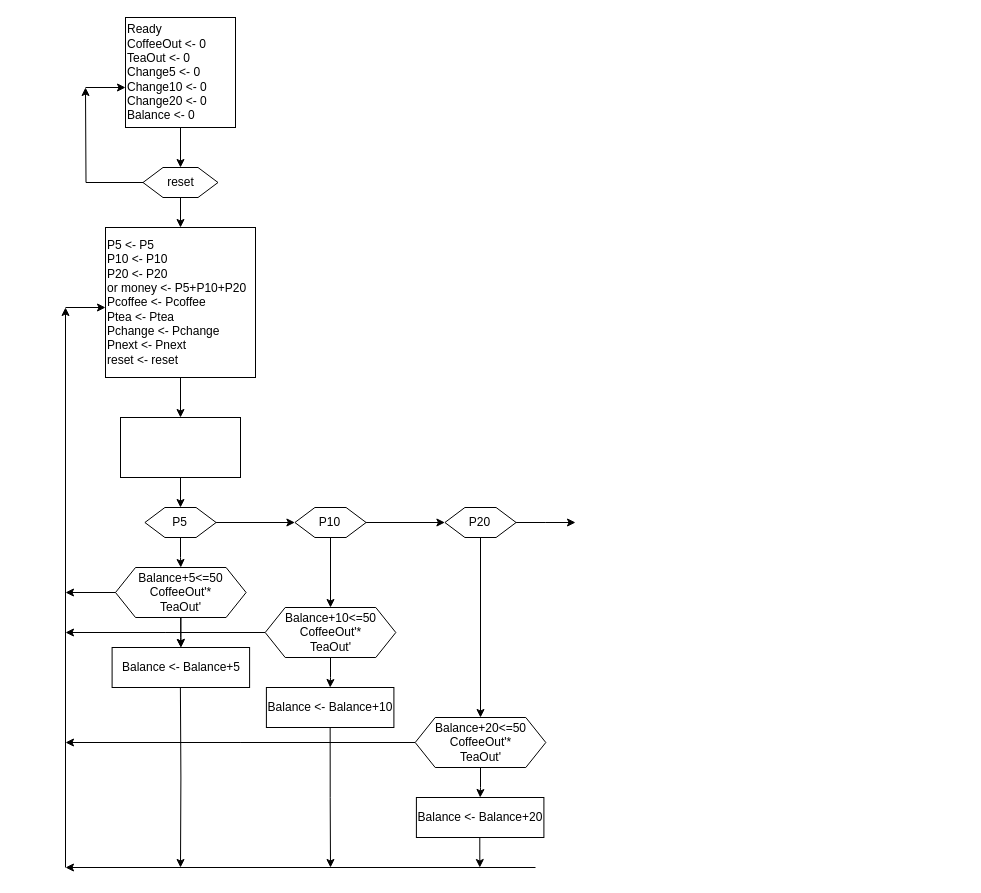
This is vending_machine.drawio from bookpanda/2110263-DIG-LOGIC-LAB-I, a draw.io file, before an edit. Source tidied: cells renumbered, new cells numbered last; positions are measured from the earlier drawing's top-left corner, leaving out a move shared by most shapes. Both pictures are drawn from the tidied source at 100%, with x=0, y=0 at pixel (65, 17).
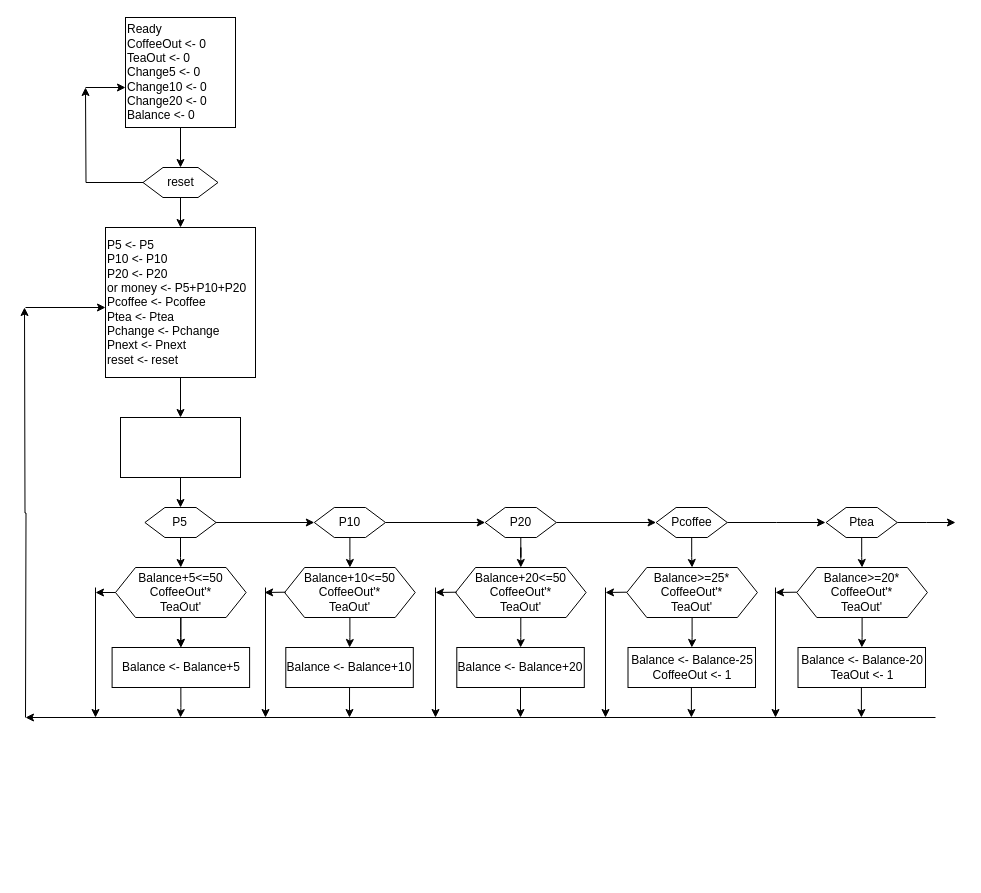
After the change.

Unchanged cells that the change refers to:
```xml
<mxCell id="17" value="Balance+5&amp;lt;=50&lt;br&gt;CoffeeOut'*&lt;br&gt;TeaOut'" style="shape=hexagon;perimeter=hexagonPerimeter2;whiteSpace=wrap;html=1;fixedSize=1;" parent="1" vertex="1">
  <mxGeometry x="50" y="550" width="130.6" height="50" as="geometry" />
</mxCell>
<mxCell id="18" value="Balance &amp;lt;- Balance+5" style="whiteSpace=wrap;html=1;" parent="1" vertex="1">
  <mxGeometry x="46.6" y="630" width="137.5" height="40" as="geometry" />
</mxCell>
```

Diff of the diagram source:
```diff
@@
     <mxCell id="19" style="endArrow=classic;html=1;rounded=0;" parent="1" edge="1">
       <mxGeometry relative="1" as="geometry">
-        <mxPoint y="290" as="sourcePoint" />
+        <mxPoint x="-40" y="290" as="sourcePoint" />
         <mxPoint x="40" y="290" as="targetPoint" />
       </mxGeometry>
     </mxCell>
     <mxCell id="20" style="endArrow=classic;html=1;rounded=0;exitX=0;exitY=0.5;exitDx=0;exitDy=0;" parent="1" edge="1" source="17">
       <mxGeometry relative="1" as="geometry">
-        <mxPoint y="575" as="targetPoint" />
+        <mxPoint x="30" y="575" as="targetPoint" />
       </mxGeometry>
     </mxCell>
@@
     <mxCell id="23" value="P10" style="shape=hexagon;perimeter=hexagonPerimeter2;whiteSpace=wrap;html=1;fixedSize=1;" parent="1" vertex="1">
-      <mxGeometry x="229.4" y="490" width="71.2" height="30" as="geometry" />
+      <mxGeometry x="248.8" y="490" width="71.2" height="30" as="geometry" />
     </mxCell>
@@
-    <mxCell id="25" style="edgeStyle=orthogonalEdgeStyle;rounded=0;jettySize=auto;html=1;" parent="1" edge="1" source="26">
-      <mxGeometry relative="1" as="geometry">
-        <mxPoint y="615" as="targetPoint" />
-      </mxGeometry>
-    </mxCell>
     <mxCell id="26" value="Balance+10&amp;lt;=50&lt;br&gt;CoffeeOut'*&lt;br&gt;TeaOut'" style="shape=hexagon;perimeter=hexagonPerimeter2;whiteSpace=wrap;html=1;fixedSize=1;" parent="1" vertex="1">
-      <mxGeometry x="199.7" y="590" width="130.6" height="50" as="geometry" />
+      <mxGeometry x="219.1" y="550" width="130.6" height="50" as="geometry" />
     </mxCell>
     <mxCell id="27" value="Balance &amp;lt;- Balance+10" style="whiteSpace=wrap;html=1;" parent="1" vertex="1">
-      <mxGeometry x="200.9" y="670" width="127.5" height="40" as="geometry" />
+      <mxGeometry x="220.3" y="630" width="127.5" height="40" as="geometry" />
     </mxCell>
     <mxCell id="28" style="endArrow=classic;html=1;rounded=0;" parent="1" edge="1">
       <mxGeometry relative="1" as="geometry">
-        <mxPoint x="470" y="850" as="sourcePoint" />
-        <mxPoint y="850" as="targetPoint" />
+        <mxPoint x="870" y="700" as="sourcePoint" />
+        <mxPoint x="-40" y="700" as="targetPoint" />
       </mxGeometry>
     </mxCell>
     <mxCell id="29" style="edgeStyle=orthogonalEdgeStyle;rounded=0;jettySize=auto;html=1;exitX=0.5;exitY=1;exitDx=0;exitDy=0;" parent="1" edge="1" source="27">
       <mxGeometry relative="1" as="geometry">
-        <mxPoint x="265" y="850" as="targetPoint" />
+        <mxPoint x="284" y="700" as="targetPoint" />
       </mxGeometry>
     </mxCell>
     <mxCell id="30" style="edgeStyle=orthogonalEdgeStyle;rounded=0;orthogonalLoop=1;jettySize=auto;html=1;" parent="1" edge="1">
       <mxGeometry relative="1" as="geometry">
-        <mxPoint y="850" as="sourcePoint" />
-        <mxPoint y="290" as="targetPoint" />
+        <mxPoint x="-40" y="700" as="sourcePoint" />
+        <mxPoint x="-41" y="290" as="targetPoint" />
       </mxGeometry>
     </mxCell>
-    <mxCell id="31" style="edgeStyle=orthogonalEdgeStyle;rounded=0;orthogonalLoop=1;jettySize=auto;html=1;" parent="1" edge="1">
+    <mxCell id="31" style="edgeStyle=orthogonalEdgeStyle;rounded=0;jettySize=auto;html=1;exitX=0.5;exitY=1;exitDx=0;exitDy=0;" parent="1" edge="1" source="18">
       <mxGeometry relative="1" as="geometry">
-        <mxPoint x="114.9" y="670" as="sourcePoint" />
-        <mxPoint x="115" y="850" as="targetPoint" />
+        <mxPoint x="115" y="700" as="targetPoint" />
+        <Array as="points">
+          <mxPoint x="115" y="690" />
+          <mxPoint x="115" y="690" />
+        </Array>
       </mxGeometry>
     </mxCell>
-    <mxCell id="32" style="edgeStyle=orthogonalEdgeStyle;rounded=0;jettySize=auto;html=1;" parent="1" edge="1" source="34">
-      <mxGeometry relative="1" as="geometry">
-        <mxPoint x="510" y="505" as="targetPoint" />
-      </mxGeometry>
+    <mxCell id="32" style="edgeStyle=orthogonalEdgeStyle;rounded=0;jettySize=auto;html=1;entryX=0;entryY=0.5;entryDx=0;entryDy=0;" parent="1" edge="1" source="34" target="42">
+      <mxGeometry relative="1" as="geometry" />
     </mxCell>
@@
     <mxCell id="34" value="P20" style="shape=hexagon;perimeter=hexagonPerimeter2;whiteSpace=wrap;html=1;fixedSize=1;" parent="1" vertex="1">
-      <mxGeometry x="379.4" y="490" width="71.2" height="30" as="geometry" />
+      <mxGeometry x="419.7" y="490" width="71.2" height="30" as="geometry" />
     </mxCell>
@@
-    <mxCell id="36" style="edgeStyle=orthogonalEdgeStyle;rounded=0;jettySize=auto;html=1;" parent="1" edge="1" source="37">
-      <mxGeometry relative="1" as="geometry">
-        <mxPoint y="725" as="targetPoint" />
-      </mxGeometry>
-    </mxCell>
     <mxCell id="37" value="Balance+20&amp;lt;=50&lt;br&gt;CoffeeOut'*&lt;br&gt;TeaOut'" style="shape=hexagon;perimeter=hexagonPerimeter2;whiteSpace=wrap;html=1;fixedSize=1;" parent="1" vertex="1">
-      <mxGeometry x="349.7" y="700" width="130.6" height="50" as="geometry" />
+      <mxGeometry x="390" y="550" width="130.6" height="50" as="geometry" />
     </mxCell>
     <mxCell id="38" value="Balance &amp;lt;- Balance+20" style="whiteSpace=wrap;html=1;" parent="1" vertex="1">
-      <mxGeometry x="350.9" y="780" width="127.5" height="40" as="geometry" />
+      <mxGeometry x="391.3" y="630" width="127.5" height="40" as="geometry" />
     </mxCell>
-    <mxCell id="39" style="edgeStyle=orthogonalEdgeStyle;rounded=0;orthogonalLoop=1;jettySize=auto;html=1;" parent="1" edge="1">
-      <mxGeometry relative="1" as="geometry">
-        <mxPoint x="414.3" y="820" as="sourcePoint" />
-        <mxPoint x="414.3" y="850" as="targetPoint" />
-      </mxGeometry>
-    </mxCell>
+    <mxCell id="40" style="edgeStyle=orthogonalEdgeStyle;rounded=0;jettySize=auto;html=1;" parent="1" edge="1" source="42">
+      <mxGeometry relative="1" as="geometry">
+        <mxPoint x="760" y="505" as="targetPoint" />
+      </mxGeometry>
+    </mxCell>
+    <mxCell id="41" style="edgeStyle=orthogonalEdgeStyle;rounded=0;jettySize=auto;html=1;" parent="1" edge="1" source="42" target="44">
+      <mxGeometry relative="1" as="geometry" />
+    </mxCell>
+    <mxCell id="42" value="Pcoffee" style="shape=hexagon;perimeter=hexagonPerimeter2;whiteSpace=wrap;html=1;fixedSize=1;" parent="1" vertex="1">
+      <mxGeometry x="590.6" y="490" width="71.2" height="30" as="geometry" />
+    </mxCell>
+    <mxCell id="43" style="edgeStyle=orthogonalEdgeStyle;rounded=0;jettySize=auto;html=1;" parent="1" edge="1" source="44" target="45">
+      <mxGeometry relative="1" as="geometry" />
+    </mxCell>
+    <mxCell id="44" value="Balance&amp;gt;=25*&lt;br&gt;CoffeeOut'*&lt;br&gt;TeaOut'" style="shape=hexagon;perimeter=hexagonPerimeter2;whiteSpace=wrap;html=1;fixedSize=1;" parent="1" vertex="1">
+      <mxGeometry x="561.3" y="550" width="130.6" height="50" as="geometry" />
+    </mxCell>
+    <mxCell id="45" value="Balance &amp;lt;- Balance-25&lt;br&gt;CoffeeOut &amp;lt;- 1" style="whiteSpace=wrap;html=1;" parent="1" vertex="1">
+      <mxGeometry x="562.5" y="630" width="127.5" height="40" as="geometry" />
+    </mxCell>
+    <mxCell id="46" style="edgeStyle=orthogonalEdgeStyle;rounded=0;orthogonalLoop=1;jettySize=auto;html=1;" parent="1" edge="1">
+      <mxGeometry relative="1" as="geometry">
+        <mxPoint x="625.9" y="670" as="sourcePoint" />
+        <mxPoint x="625.9" y="700" as="targetPoint" />
+      </mxGeometry>
+    </mxCell>
+    <mxCell id="47" style="edgeStyle=orthogonalEdgeStyle;rounded=0;orthogonalLoop=1;jettySize=auto;html=1;" parent="1" edge="1">
+      <mxGeometry relative="1" as="geometry">
+        <mxPoint x="30" y="570" as="sourcePoint" />
+        <mxPoint x="30" y="700" as="targetPoint" />
+      </mxGeometry>
+    </mxCell>
+    <mxCell id="48" style="endArrow=classic;html=1;rounded=0;exitX=0;exitY=0.5;exitDx=0;exitDy=0;" parent="1" edge="1">
+      <mxGeometry relative="1" as="geometry">
+        <mxPoint x="220.3" y="574.7" as="sourcePoint" />
+        <mxPoint x="199.1" y="575" as="targetPoint" />
+      </mxGeometry>
+    </mxCell>
+    <mxCell id="49" style="edgeStyle=orthogonalEdgeStyle;rounded=0;orthogonalLoop=1;jettySize=auto;html=1;" parent="1" edge="1">
+      <mxGeometry relative="1" as="geometry">
+        <mxPoint x="200" y="570" as="sourcePoint" />
+        <mxPoint x="200" y="700" as="targetPoint" />
+      </mxGeometry>
+    </mxCell>
+    <mxCell id="50" style="endArrow=classic;html=1;rounded=0;exitX=0;exitY=0.5;exitDx=0;exitDy=0;" parent="1" edge="1">
+      <mxGeometry relative="1" as="geometry">
+        <mxPoint x="391.3" y="574.7" as="sourcePoint" />
+        <mxPoint x="370" y="575" as="targetPoint" />
+      </mxGeometry>
+    </mxCell>
+    <mxCell id="51" style="edgeStyle=orthogonalEdgeStyle;rounded=0;orthogonalLoop=1;jettySize=auto;html=1;" parent="1" edge="1">
+      <mxGeometry relative="1" as="geometry">
+        <mxPoint x="370" y="570" as="sourcePoint" />
+        <mxPoint x="370" y="700" as="targetPoint" />
+      </mxGeometry>
+    </mxCell>
+    <mxCell id="52" style="edgeStyle=orthogonalEdgeStyle;rounded=0;orthogonalLoop=1;jettySize=auto;html=1;exitX=0.5;exitY=1;exitDx=0;exitDy=0;" parent="1" edge="1">
+      <mxGeometry relative="1" as="geometry">
+        <mxPoint x="455" y="670" as="sourcePoint" />
+        <mxPoint x="455" y="700" as="targetPoint" />
+      </mxGeometry>
+    </mxCell>
+    <mxCell id="53" style="endArrow=classic;html=1;rounded=0;exitX=0;exitY=0.5;exitDx=0;exitDy=0;" parent="1" edge="1">
+      <mxGeometry relative="1" as="geometry">
+        <mxPoint x="561.3" y="574.7" as="sourcePoint" />
+        <mxPoint x="540" y="575" as="targetPoint" />
+      </mxGeometry>
+    </mxCell>
+    <mxCell id="54" style="edgeStyle=orthogonalEdgeStyle;rounded=0;orthogonalLoop=1;jettySize=auto;html=1;" parent="1" edge="1">
+      <mxGeometry relative="1" as="geometry">
+        <mxPoint x="540" y="570" as="sourcePoint" />
+        <mxPoint x="540" y="700" as="targetPoint" />
+      </mxGeometry>
+    </mxCell>
+    <mxCell id="55" style="edgeStyle=orthogonalEdgeStyle;rounded=0;jettySize=auto;html=1;" parent="1" edge="1" source="57">
+      <mxGeometry relative="1" as="geometry">
+        <mxPoint x="890" y="505" as="targetPoint" />
+      </mxGeometry>
+    </mxCell>
+    <mxCell id="56" style="edgeStyle=orthogonalEdgeStyle;rounded=0;jettySize=auto;html=1;" parent="1" edge="1" source="57" target="59">
+      <mxGeometry relative="1" as="geometry" />
+    </mxCell>
+    <mxCell id="57" value="Ptea" style="shape=hexagon;perimeter=hexagonPerimeter2;whiteSpace=wrap;html=1;fixedSize=1;" parent="1" vertex="1">
+      <mxGeometry x="760.6" y="490" width="71.2" height="30" as="geometry" />
+    </mxCell>
+    <mxCell id="58" style="edgeStyle=orthogonalEdgeStyle;rounded=0;jettySize=auto;html=1;" parent="1" edge="1" source="59" target="60">
+      <mxGeometry relative="1" as="geometry" />
+    </mxCell>
+    <mxCell id="59" value="Balance&amp;gt;=20*&lt;br&gt;CoffeeOut'*&lt;br&gt;TeaOut'" style="shape=hexagon;perimeter=hexagonPerimeter2;whiteSpace=wrap;html=1;fixedSize=1;" parent="1" vertex="1">
+      <mxGeometry x="731.3" y="550" width="130.6" height="50" as="geometry" />
+    </mxCell>
+    <mxCell id="60" value="Balance &amp;lt;- Balance-20&lt;br&gt;TeaOut &amp;lt;- 1" style="whiteSpace=wrap;html=1;" parent="1" vertex="1">
+      <mxGeometry x="732.5" y="630" width="127.5" height="40" as="geometry" />
+    </mxCell>
+    <mxCell id="61" style="edgeStyle=orthogonalEdgeStyle;rounded=0;orthogonalLoop=1;jettySize=auto;html=1;" parent="1" edge="1">
+      <mxGeometry relative="1" as="geometry">
+        <mxPoint x="795.9" y="670" as="sourcePoint" />
+        <mxPoint x="795.9" y="700" as="targetPoint" />
+      </mxGeometry>
+    </mxCell>
+    <mxCell id="62" style="endArrow=classic;html=1;rounded=0;exitX=0;exitY=0.5;exitDx=0;exitDy=0;" parent="1" edge="1">
+      <mxGeometry relative="1" as="geometry">
+        <mxPoint x="731.3" y="574.7" as="sourcePoint" />
+        <mxPoint x="710" y="575" as="targetPoint" />
+      </mxGeometry>
+    </mxCell>
+    <mxCell id="63" style="edgeStyle=orthogonalEdgeStyle;rounded=0;orthogonalLoop=1;jettySize=auto;html=1;" parent="1" edge="1">
+      <mxGeometry relative="1" as="geometry">
+        <mxPoint x="710" y="570" as="sourcePoint" />
+        <mxPoint x="710" y="700" as="targetPoint" />
+      </mxGeometry>
+    </mxCell>
```
